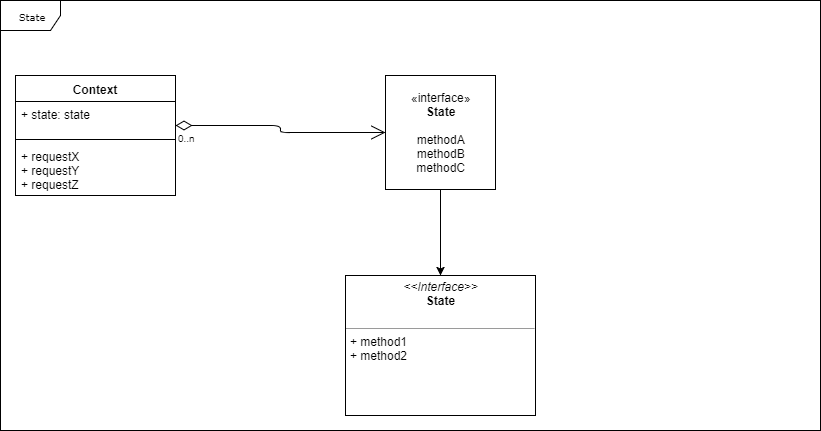
Before: State/UML/State.png, a diagram exported from draw.io (hillfolk/DesignPatterns). Source tidied: cells renumbered, new cells last; positions are measured from the earlier drawing's top-left corner, leaving out a move shared by most shapes. The source it was exported from:
```xml
<mxGraphModel background="#ffffff">
  <root>
    <mxCell id="0" />
    <mxCell id="1" parent="0" />
    <mxCell id="2" value="State" style="shape=umlFrame;whiteSpace=wrap;html=1;rounded=0;shadow=0;comic=0;labelBackgroundColor=none;strokeColor=#000000;strokeWidth=1;fillColor=#ffffff;fontFamily=Verdana;fontSize=10;fontColor=#000000;align=center;" parent="1" vertex="1">
      <mxGeometry width="820" height="430" as="geometry" />
    </mxCell>
    <mxCell id="3" value="Context" style="swimlane;fontStyle=1;align=center;verticalAlign=top;horizontal=1;startSize=26;" parent="1" vertex="1">
      <mxGeometry x="15" y="75" width="160" height="120" as="geometry" />
    </mxCell>
    <mxCell id="4" value="+ state: state" style="text;strokeColor=none;fillColor=none;align=left;verticalAlign=top;spacingLeft=4;spacingRight=4;overflow=hidden;" parent="3" vertex="1">
      <mxGeometry y="26" width="160" height="34" as="geometry" />
    </mxCell>
    <mxCell id="5" style="line;strokeWidth=1;fillColor=none;align=left;verticalAlign=middle;spacingTop=-1;spacingLeft=3;spacingRight=3;labelPosition=right;" parent="3" vertex="1">
      <mxGeometry y="60" width="160" height="8" as="geometry" />
    </mxCell>
    <mxCell id="6" value="+ requestX&#10;+ requestY&#10;+ requestZ&#10;" style="text;strokeColor=none;fillColor=none;align=left;verticalAlign=top;spacingLeft=4;spacingRight=4;overflow=hidden;" parent="3" vertex="1">
      <mxGeometry y="68" width="160" height="52" as="geometry" />
    </mxCell>
    <mxCell id="7" style="edgeStyle=orthogonalEdgeStyle;rounded=0;jettySize=auto;html=1;" parent="1" edge="1" source="8" target="12">
      <mxGeometry relative="1" as="geometry" />
    </mxCell>
    <mxCell id="8" value="«interface»&lt;br&gt;&lt;b&gt;State&lt;br&gt;&lt;/b&gt;&lt;br&gt;methodA&lt;br&gt;methodB&lt;br&gt;methodC&lt;br&gt;" style="html=1;" parent="1" vertex="1">
      <mxGeometry x="385" y="75" width="110" height="114" as="geometry" />
    </mxCell>
    <mxCell id="9" style="endArrow=open;html=1;endSize=12;startArrow=diamondThin;startSize=14;startFill=0;edgeStyle=orthogonalEdgeStyle;entryX=0;entryY=0.5;entryDx=0;entryDy=0;" parent="1" edge="1" target="8">
      <mxGeometry relative="1" as="geometry">
        <mxPoint x="175" y="125" as="sourcePoint" />
      </mxGeometry>
    </mxCell>
    <mxCell id="10" value="0..n" style="html=1;align=left;verticalAlign=top;labelBackgroundColor=#ffffff;fontSize=10;" parent="9" vertex="1">
      <mxGeometry x="-1" relative="1" as="geometry" />
    </mxCell>
    <mxCell id="11" style="html=1;align=right;verticalAlign=top;labelBackgroundColor=#ffffff;fontSize=10;" parent="9" vertex="1">
      <mxGeometry x="1" relative="1" as="geometry" />
    </mxCell>
    <mxCell id="12" value="&lt;p style=&quot;margin: 0px ; margin-top: 4px ; text-align: center&quot;&gt;&lt;i&gt;&amp;lt;&amp;lt;Interface&amp;gt;&amp;gt;&lt;/i&gt;&lt;br&gt;&lt;b&gt;State&lt;/b&gt;&lt;/p&gt;&lt;p style=&quot;margin: 0px ; margin-left: 4px&quot;&gt;&lt;br&gt;&lt;/p&gt;&lt;hr size=&quot;1&quot;&gt;&lt;p style=&quot;margin: 0px ; margin-left: 4px&quot;&gt;+ method1&lt;br&gt;+ method2&lt;/p&gt;" style="verticalAlign=top;align=left;overflow=fill;fontSize=12;fontFamily=Helvetica;html=1;" parent="1" vertex="1">
      <mxGeometry x="345" y="275" width="190" height="140" as="geometry" />
    </mxCell>
  </root>
</mxGraphModel>
```
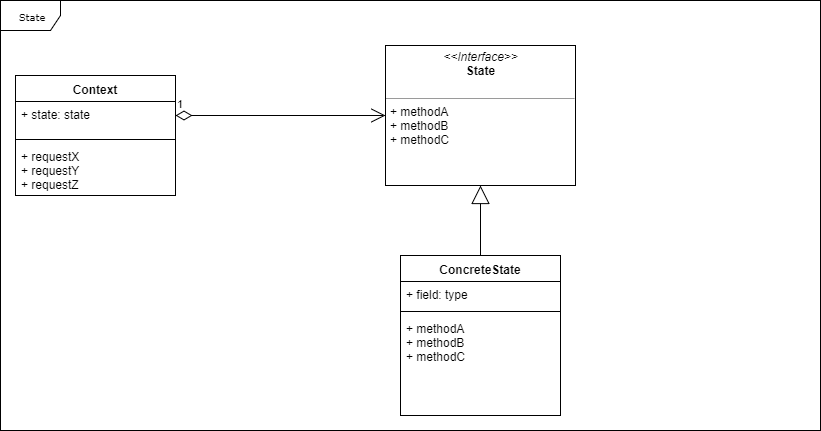
After the change.

The edit, as a diff of the source:
```diff
@@ -17,25 +17,28 @@
     <mxCell id="6" value="+ requestX&#10;+ requestY&#10;+ requestZ&#10;" style="text;strokeColor=none;fillColor=none;align=left;verticalAlign=top;spacingLeft=4;spacingRight=4;overflow=hidden;" parent="3" vertex="1">
       <mxGeometry y="68" width="160" height="52" as="geometry" />
     </mxCell>
-    <mxCell id="7" style="edgeStyle=orthogonalEdgeStyle;rounded=0;jettySize=auto;html=1;" parent="1" edge="1" source="8" target="12">
-      <mxGeometry relative="1" as="geometry" />
-    </mxCell>
-    <mxCell id="8" value="«interface»&lt;br&gt;&lt;b&gt;State&lt;br&gt;&lt;/b&gt;&lt;br&gt;methodA&lt;br&gt;methodB&lt;br&gt;methodC&lt;br&gt;" style="html=1;" parent="1" vertex="1">
-      <mxGeometry x="385" y="75" width="110" height="114" as="geometry" />
-    </mxCell>
-    <mxCell id="9" style="endArrow=open;html=1;endSize=12;startArrow=diamondThin;startSize=14;startFill=0;edgeStyle=orthogonalEdgeStyle;entryX=0;entryY=0.5;entryDx=0;entryDy=0;" parent="1" edge="1" target="8">
-      <mxGeometry relative="1" as="geometry">
-        <mxPoint x="175" y="125" as="sourcePoint" />
-      </mxGeometry>
-    </mxCell>
-    <mxCell id="10" value="0..n" style="html=1;align=left;verticalAlign=top;labelBackgroundColor=#ffffff;fontSize=10;" parent="9" vertex="1">
-      <mxGeometry x="-1" relative="1" as="geometry" />
-    </mxCell>
-    <mxCell id="11" style="html=1;align=right;verticalAlign=top;labelBackgroundColor=#ffffff;fontSize=10;" parent="9" vertex="1">
-      <mxGeometry x="1" relative="1" as="geometry" />
-    </mxCell>
-    <mxCell id="12" value="&lt;p style=&quot;margin: 0px ; margin-top: 4px ; text-align: center&quot;&gt;&lt;i&gt;&amp;lt;&amp;lt;Interface&amp;gt;&amp;gt;&lt;/i&gt;&lt;br&gt;&lt;b&gt;State&lt;/b&gt;&lt;/p&gt;&lt;p style=&quot;margin: 0px ; margin-left: 4px&quot;&gt;&lt;br&gt;&lt;/p&gt;&lt;hr size=&quot;1&quot;&gt;&lt;p style=&quot;margin: 0px ; margin-left: 4px&quot;&gt;+ method1&lt;br&gt;+ method2&lt;/p&gt;" style="verticalAlign=top;align=left;overflow=fill;fontSize=12;fontFamily=Helvetica;html=1;" parent="1" vertex="1">
-      <mxGeometry x="345" y="275" width="190" height="140" as="geometry" />
+    <mxCell id="12" value="&lt;p style=&quot;margin: 0px ; margin-top: 4px ; text-align: center&quot;&gt;&lt;i&gt;&amp;lt;&amp;lt;Interface&amp;gt;&amp;gt;&lt;/i&gt;&lt;br&gt;&lt;b&gt;State&lt;/b&gt;&lt;/p&gt;&lt;p style=&quot;margin: 0px ; margin-left: 4px&quot;&gt;&lt;br&gt;&lt;/p&gt;&lt;hr size=&quot;1&quot;&gt;&lt;p style=&quot;margin: 0px ; margin-left: 4px&quot;&gt;+ methodA&lt;br&gt;+ methodB&lt;/p&gt;&lt;p style=&quot;margin: 0px ; margin-left: 4px&quot;&gt;+ methodC&lt;br&gt;&lt;/p&gt;" style="verticalAlign=top;align=left;overflow=fill;fontSize=12;fontFamily=Helvetica;html=1;" parent="1" vertex="1">
+      <mxGeometry x="385" y="45" width="190" height="140" as="geometry" />
     </mxCell>
+    <mxCell id="13" value="1" style="endArrow=open;html=1;endSize=12;startArrow=diamondThin;startSize=14;startFill=0;edgeStyle=orthogonalEdgeStyle;align=left;verticalAlign=bottom;" parent="1" edge="1" target="12">
+      <mxGeometry x="-1" y="3" relative="1" as="geometry">
+        <mxPoint x="175" y="115" as="sourcePoint" />
+      </mxGeometry>
+    </mxCell>
+    <mxCell id="14" value="ConcreteState" style="swimlane;fontStyle=1;align=center;verticalAlign=top;horizontal=1;startSize=26;" parent="1" vertex="1">
+      <mxGeometry x="400" y="255" width="160" height="160" as="geometry" />
+    </mxCell>
+    <mxCell id="15" value="+ field: type" style="text;strokeColor=none;fillColor=none;align=left;verticalAlign=top;spacingLeft=4;spacingRight=4;overflow=hidden;" parent="14" vertex="1">
+      <mxGeometry y="26" width="160" height="26" as="geometry" />
+    </mxCell>
+    <mxCell id="16" style="line;strokeWidth=1;fillColor=none;align=left;verticalAlign=middle;spacingTop=-1;spacingLeft=3;spacingRight=3;labelPosition=right;" parent="14" vertex="1">
+      <mxGeometry y="52" width="160" height="8" as="geometry" />
+    </mxCell>
+    <mxCell id="17" value="+ methodA&#10;+ methodB&#10;+ methodC" style="text;strokeColor=none;fillColor=none;align=left;verticalAlign=top;spacingLeft=4;spacingRight=4;overflow=hidden;" parent="14" vertex="1">
+      <mxGeometry y="60" width="160" height="100" as="geometry" />
+    </mxCell>
+    <mxCell id="18" style="endArrow=block;endSize=16;endFill=0;html=1;entryX=0.5;entryY=1;entryDx=0;entryDy=0;exitX=0.5;exitY=0;exitDx=0;exitDy=0;" parent="1" edge="1" source="14" target="12">
+      <mxGeometry relative="1" as="geometry" />
+    </mxCell>
   </root>
 </mxGraphModel>
```
